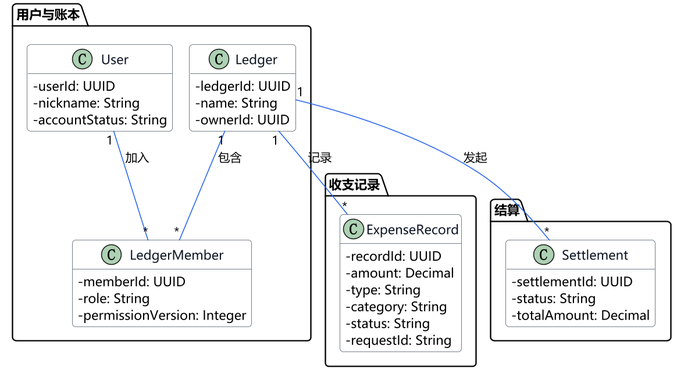
The PlantUML diagram lab2/UML/UML类图.png in 1010-code/lab1-requirements-analysis, before a commit.
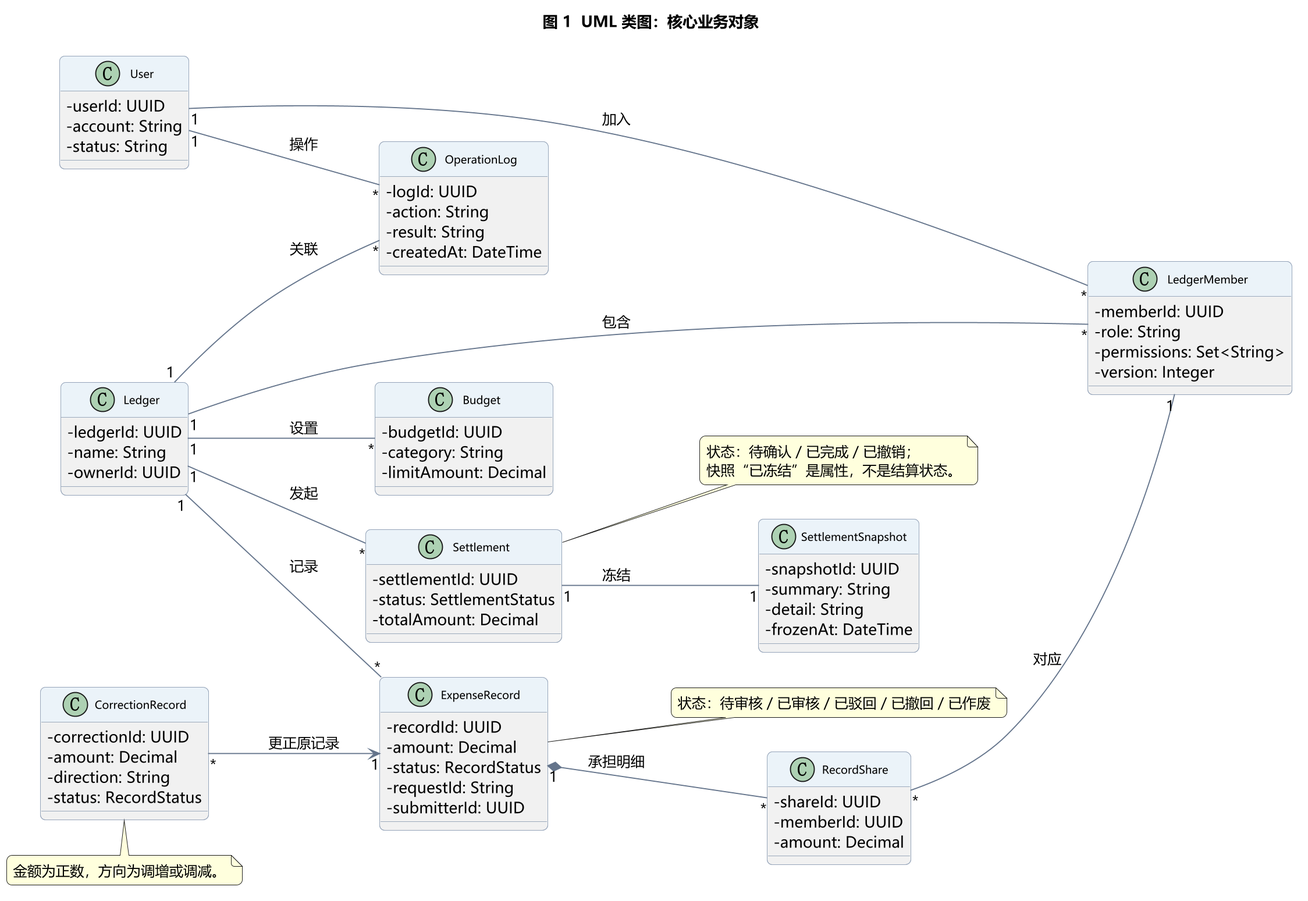
Later version of the same file.

What changed in the source:
```diff
@@ -1,57 +1,98 @@
 @startuml
 !pragma layout smetana
-skinparam dpi 150
+left to right direction
+skinparam dpi 180
 skinparam defaultFontName "Microsoft YaHei"
+skinparam backgroundColor #FFFFFF
 skinparam shadowing false
-skinparam roundcorner 8
+skinparam roundcorner 10
+skinparam nodesep 32
+skinparam ranksep 44
 skinparam classAttributeIconSize 0
-hide methods
-skinparam class {
-  BackgroundColor #FFFFFF
-  BorderColor #4B5563
-  ArrowColor #2563EB
-  FontColor #111827
+skinparam ArrowColor #64748B
+skinparam classBorderColor #94A3B8
+skinparam classHeaderBackgroundColor #EAF2F8
+skinparam classFontSize 10
+
+title 图 1  UML 类图：核心业务对象
+
+class User {
+  - userId: UUID
+  - account: String
+  - status: String
 }
-
-package "用户与账本" {
-  class User {
-    - userId: UUID
-    - nickname: String
-    - accountStatus: String
-  }
-  class LedgerMember {
-    - memberId: UUID
-    - role: String
-    - permissionVersion: Integer
-  }
-  class Ledger {
-    - ledgerId: UUID
-    - name: String
-    - ownerId: UUID
-  }
+class Ledger {
+  - ledgerId: UUID
+  - name: String
+  - ownerId: UUID
 }
-
-package "收支记录" {
-  class ExpenseRecord {
-    - recordId: UUID
-    - amount: Decimal
-    - type: String
-    - category: String
-    - status: String
-    - requestId: String
-  }
+class LedgerMember {
+  - memberId: UUID
+  - role: String
+  - permissions: Set<String>
+  - version: Integer
 }
-
-package "结算" {
-  class Settlement {
-    - settlementId: UUID
-    - status: String
-    - totalAmount: Decimal
-  }
+class ExpenseRecord {
+  - recordId: UUID
+  - amount: Decimal
+  - status: RecordStatus
+  - requestId: String
+  - submitterId: UUID
+}
+class RecordShare {
+  - shareId: UUID
+  - memberId: UUID
+  - amount: Decimal
+}
+class CorrectionRecord {
+  - correctionId: UUID
+  - amount: Decimal
+  - direction: String
+  - status: RecordStatus
+}
+class Budget {
+  - budgetId: UUID
+  - category: String
+  - limitAmount: Decimal
+}
+class Settlement {
+  - settlementId: UUID
+  - status: SettlementStatus
+  - totalAmount: Decimal
+}
+class SettlementSnapshot {
+  - snapshotId: UUID
+  - summary: String
+  - detail: String
+  - frozenAt: DateTime
+}
+class OperationLog {
+  - logId: UUID
+  - action: String
+  - result: String
+  - createdAt: DateTime
 }
 
 User "1" -- "*" LedgerMember : 加入
 Ledger "1" -- "*" LedgerMember : 包含
 Ledger "1" -- "*" ExpenseRecord : 记录
+ExpenseRecord "1" *-- "*" RecordShare : 承担明细
+RecordShare "*" -- "1" LedgerMember : 对应
+CorrectionRecord "*" --> "1" ExpenseRecord : 更正原记录
+Ledger "1" -- "*" Budget : 设置
 Ledger "1" -- "*" Settlement : 发起
+Settlement "1" -- "1" SettlementSnapshot : 冻结
+User "1" -- "*" OperationLog : 操作
+Ledger "1" -- "*" OperationLog : 关联
+
+note right of ExpenseRecord
+  状态：待审核 / 已审核 / 已驳回 / 已撤回 / 已作废
+end note
+note bottom of CorrectionRecord
+  金额为正数，方向为调增或调减。
+end note
+note right of Settlement
+  状态：待确认 / 已完成 / 已撤销；
+  快照“已冻结”是属性，不是结算状态。
+end note
 @enduml
```
